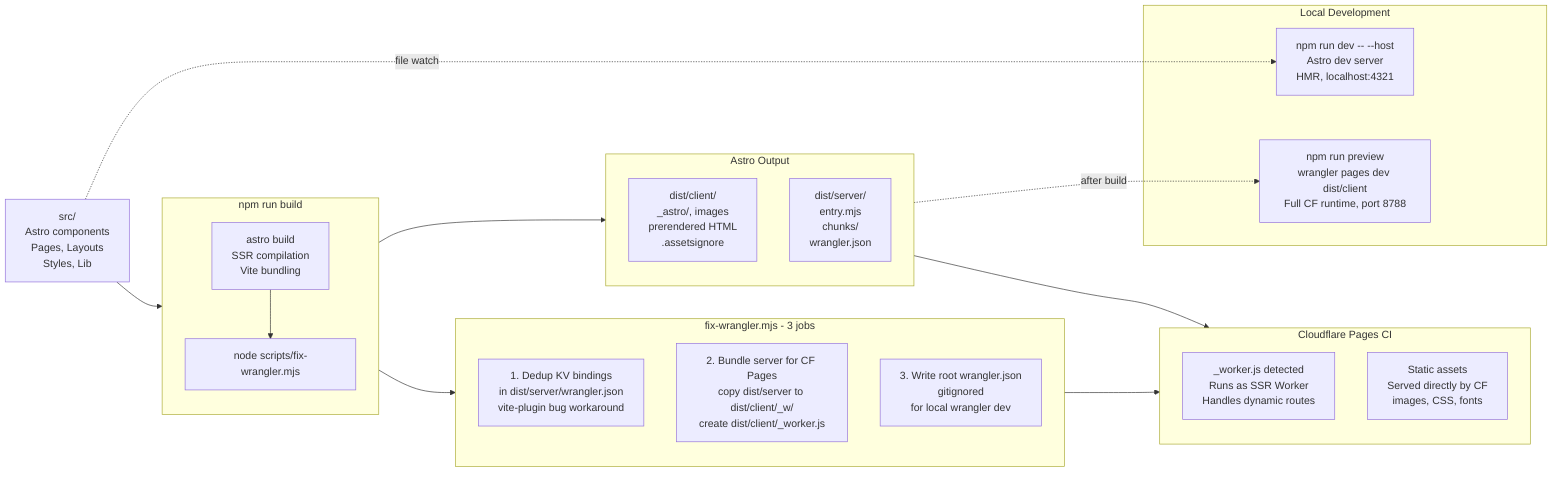
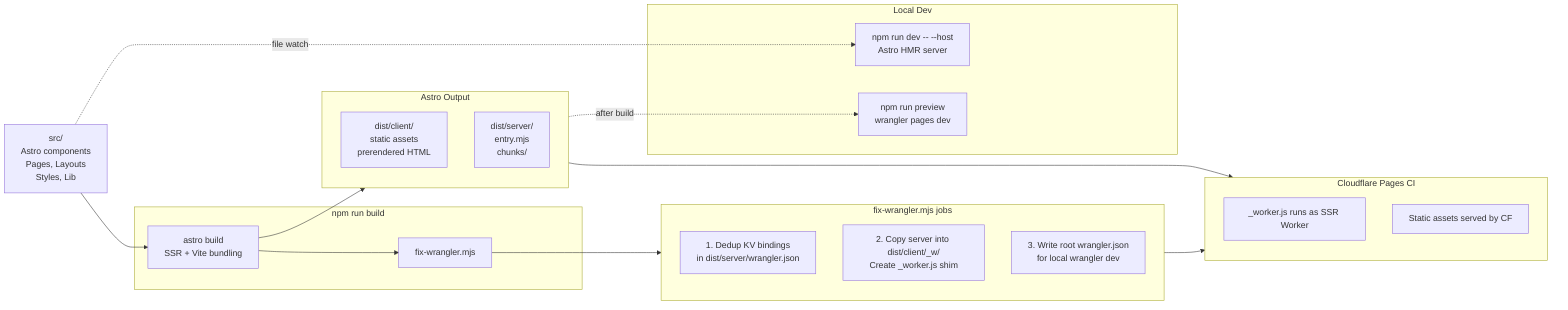
- flowchart LR
+ graph LR
    Source["src/\nAstro components\nPages, Layouts\nStyles, Lib"]

-     subgraph Build ["npm run build"]
-         direction TB
-         AB["astro build\nSSR compilation\nVite bundling"]
-         FW["node scripts/fix-wrangler.mjs"]
+     subgraph Build["npm run build"]
+         AB["astro build\nSSR + Vite bundling"]
+         FW["fix-wrangler.mjs"]
        AB --> FW
    end

    Source --> AB

-     subgraph AstroOut ["Astro Output"]
-         Client["dist/client/\n_astro/, images\nprerendered HTML\n.assetsignore"]
-         Server["dist/server/\nentry.mjs\nchunks/\nwrangler.json"]
+     subgraph AstroOut["Astro Output"]
+         Client["dist/client/\nstatic assets\nprerendered HTML"]
+         Server["dist/server/\nentry.mjs\nchunks/"]
    end

    AB --> AstroOut

-     subgraph FixJobs ["fix-wrangler.mjs - 3 jobs"]
-         J1["1. Dedup KV bindings\nin dist/server/wrangler.json\nvite-plugin bug workaround"]
-         J2["2. Bundle server for CF Pages\ncopy dist/server to dist/client/_w/\ncreate dist/client/_worker.js"]
-         J3["3. Write root wrangler.json\ngitignored\nfor local wrangler dev"]
+     subgraph FixJobs["fix-wrangler.mjs jobs"]
+         J1["1. Dedup KV bindings\nin dist/server/wrangler.json"]
+         J2["2. Copy server into dist/client/_w/\nCreate _worker.js shim"]
+         J3["3. Write root wrangler.json\nfor local wrangler dev"]
    end

    FW --> FixJobs

-     subgraph CFPages ["Cloudflare Pages CI"]
-         WJS["_worker.js detected\nRuns as SSR Worker\nHandles dynamic routes"]
-         SA["Static assets\nServed directly by CF\nimages, CSS, fonts"]
+     subgraph CFPages["Cloudflare Pages CI"]
+         WJS["_worker.js runs as SSR Worker"]
+         SA["Static assets served by CF"]
    end

    AstroOut --> CFPages
    FixJobs --> CFPages

-     subgraph LocalDev ["Local Development"]
-         DevCmd["npm run dev -- --host\nAstro dev server\nHMR, localhost:4321"]
-         PrevCmd["npm run preview\nwrangler pages dev dist/client\nFull CF runtime, port 8788"]
+     subgraph LocalDev["Local Dev"]
+         DevCmd["npm run dev -- --host\nAstro HMR server"]
+         PrevCmd["npm run preview\nwrangler pages dev"]
    end

-     Source -.->|"file watch"| DevCmd
-     AstroOut -.->|"after build"| PrevCmd
+     Source -.->|file watch| DevCmd
+     AstroOut -.->|after build| PrevCmd
